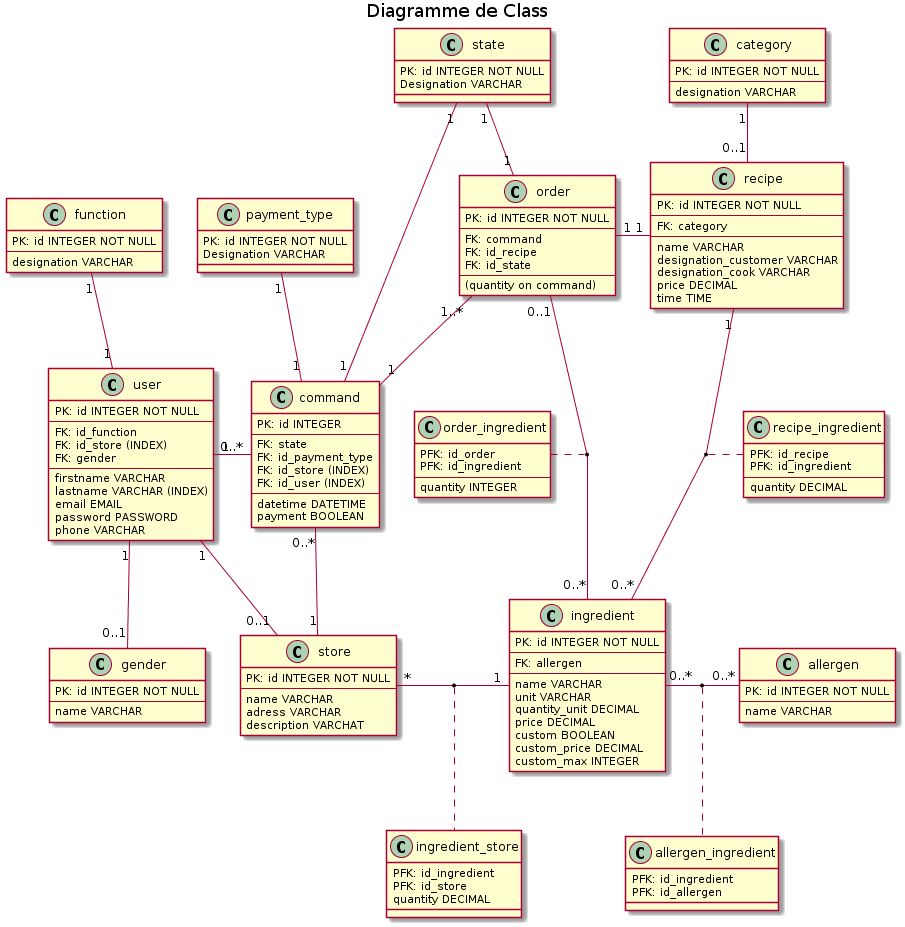
Before: doc/img/7_RelationalModel.png, a diagram exported from PlantUML (Zepmanbc/oc_dapython_pr4).
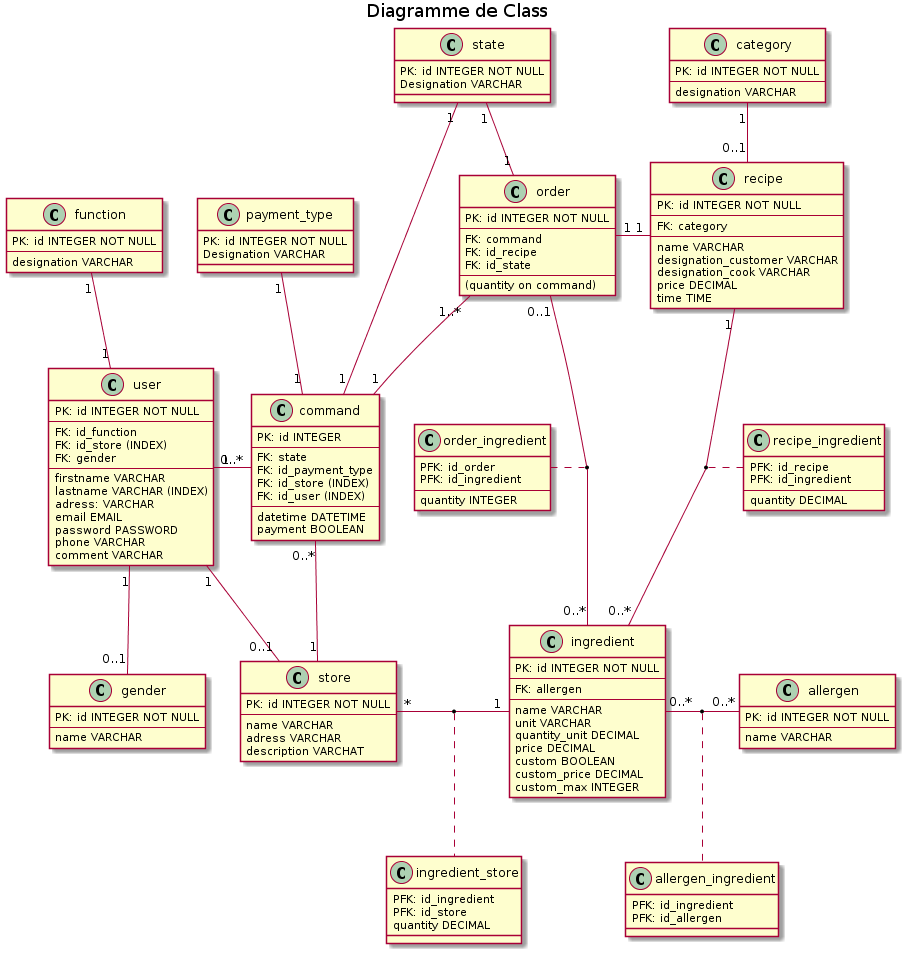
After the commit.

Diff of the diagram source:
```diff
@@ -10,9 +10,11 @@
     --
     firstname VARCHAR
     lastname VARCHAR (INDEX)
+    adress: VARCHAR
     email EMAIL
     password PASSWORD
     phone VARCHAR
+    comment VARCHAR
 }
 
 class gender {
```
